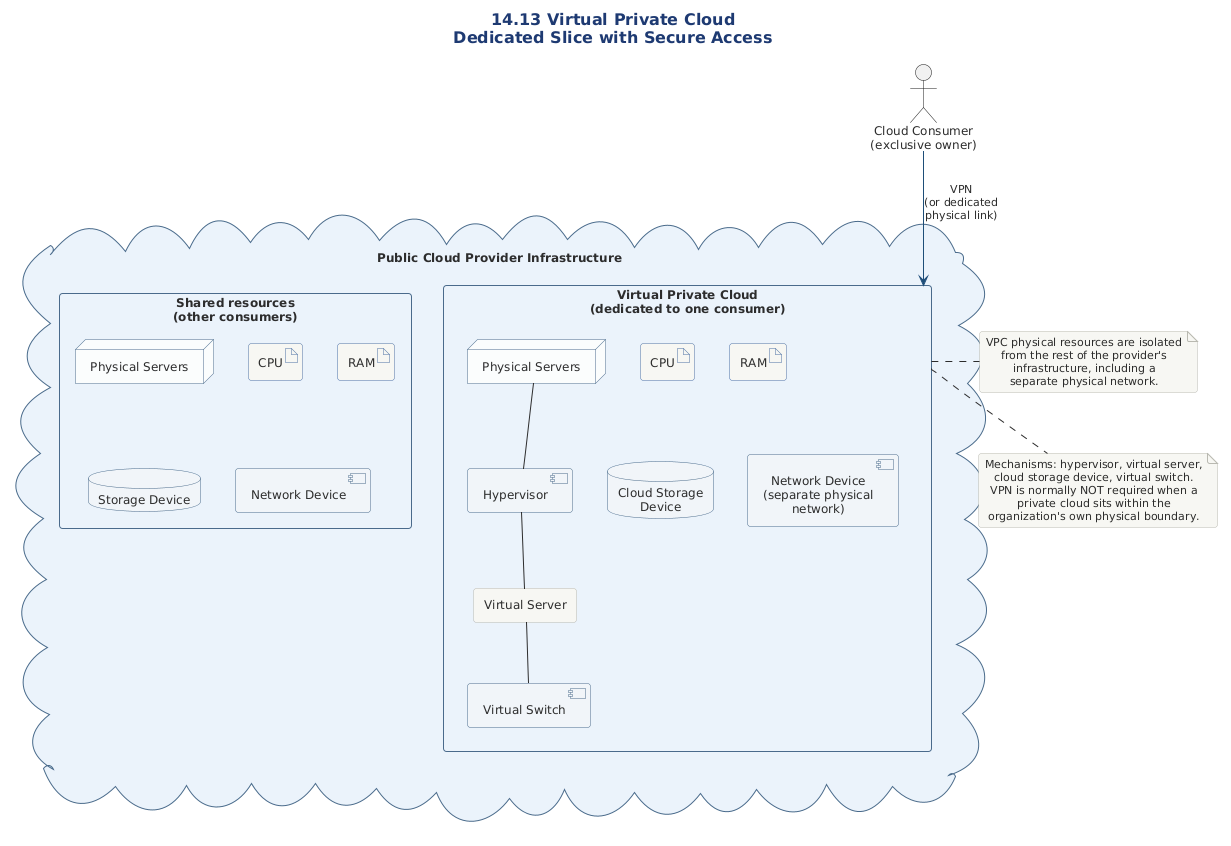
Earlier version of the PlantUML export src/architecture/cloud/architecture/cloud-architecture-diagram-library/advanced-cloud-architecture-plantuml/diagrams/png/14-13-virtual-private-cloud-dedicated-slice.png (Notoriousjayy/latex-docs). Its diagram source:
```plantuml
@startuml

!include ../../../../../../../tooling/styles/plantuml/structural/deployment-diagram-style.iuml

title 14.13 Virtual Private Cloud\nDedicated Slice with Secure Access

skinparam ComponentBackgroundColor #F0F4F8
skinparam ComponentBorderColor #4A6B8A
skinparam NodeBackgroundColor #FAFCFD
skinparam NodeBorderColor #4A6B8A
skinparam DatabaseBackgroundColor #F0F4F8
skinparam DatabaseBorderColor #4A6B8A
skinparam CloudBackgroundColor #F8FAFC
skinparam CloudBorderColor #4A6B8A
skinparam PackageBackgroundColor #EAF2FB
skinparam PackageBorderColor #4A6B8A

actor "Cloud Consumer\n(exclusive owner)" as CC

cloud "Public Cloud Provider Infrastructure" as Cloud {

  package "Virtual Private Cloud\n(dedicated to one consumer)" as VPC {
    node "Physical Servers" as DPS
    component "Hypervisor" as DH
    rectangle "Virtual Server" as DVS
    component "Virtual Switch" as DVSW
    artifact "CPU" as DCPU
    artifact "RAM" as DRAM
    database "Cloud Storage\nDevice" as DSD
    component "Network Device\n(separate physical\nnetwork)" as DND
    DPS -- DH
    DH -- DVS
    DVS -- DVSW
  }

  package "Shared resources\n(other consumers)" as Shared {
    node "Physical Servers" as SPS
    artifact "CPU" as SCPU
    artifact "RAM" as SRAM
    database "Storage Device" as SSD
    component "Network Device" as SND
  }
}

CC -[#1F4E79]-> VPC : VPN\n(or dedicated\nphysical link)

note right of VPC
  VPC physical resources are isolated
  from the rest of the provider's
  infrastructure, including a
  separate physical network.
end note

note bottom of VPC
  Mechanisms: hypervisor, virtual server,
  cloud storage device, virtual switch.
  VPN is normally NOT required when a
  private cloud sits within the
  organization's own physical boundary.
end note

@enduml
```
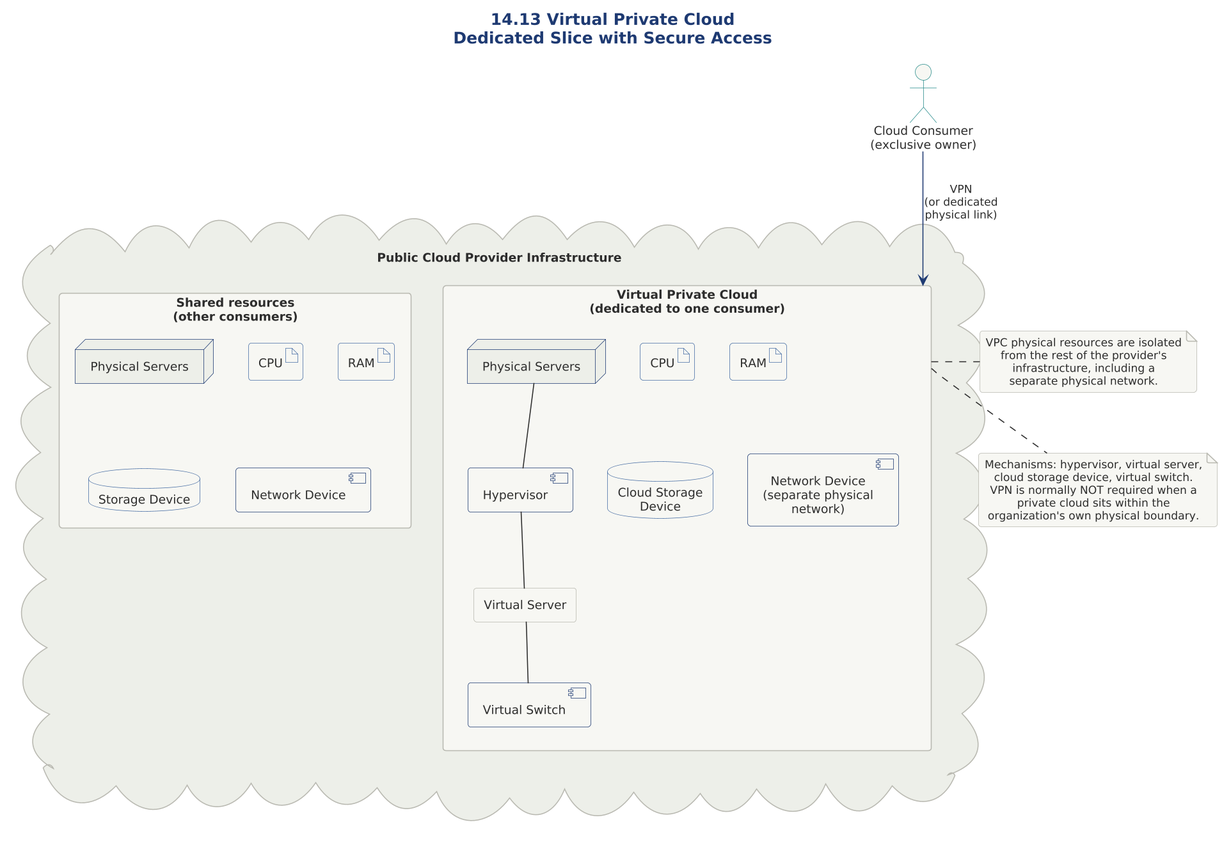
The same file after the commit.

What changed in the source:
```diff
@@ -1,19 +1,13 @@
 @startuml
+
+skinparam dpi 150
+
+
+
 
 !include ../../../../../../../tooling/styles/plantuml/structural/deployment-diagram-style.iuml
 
 title 14.13 Virtual Private Cloud\nDedicated Slice with Secure Access
-
-skinparam ComponentBackgroundColor #F0F4F8
-skinparam ComponentBorderColor #4A6B8A
-skinparam NodeBackgroundColor #FAFCFD
-skinparam NodeBorderColor #4A6B8A
-skinparam DatabaseBackgroundColor #F0F4F8
-skinparam DatabaseBorderColor #4A6B8A
-skinparam CloudBackgroundColor #F8FAFC
-skinparam CloudBorderColor #4A6B8A
-skinparam PackageBackgroundColor #EAF2FB
-skinparam PackageBorderColor #4A6B8A
 
 actor "Cloud Consumer\n(exclusive owner)" as CC
 
@@ -42,7 +36,7 @@
   }
 }
 
-CC -[#1F4E79]-> VPC : VPN\n(or dedicated\nphysical link)
+CC -[$line_primary]-> VPC : VPN\n(or dedicated\nphysical link)
 
 note right of VPC
   VPC physical resources are isolated
```
